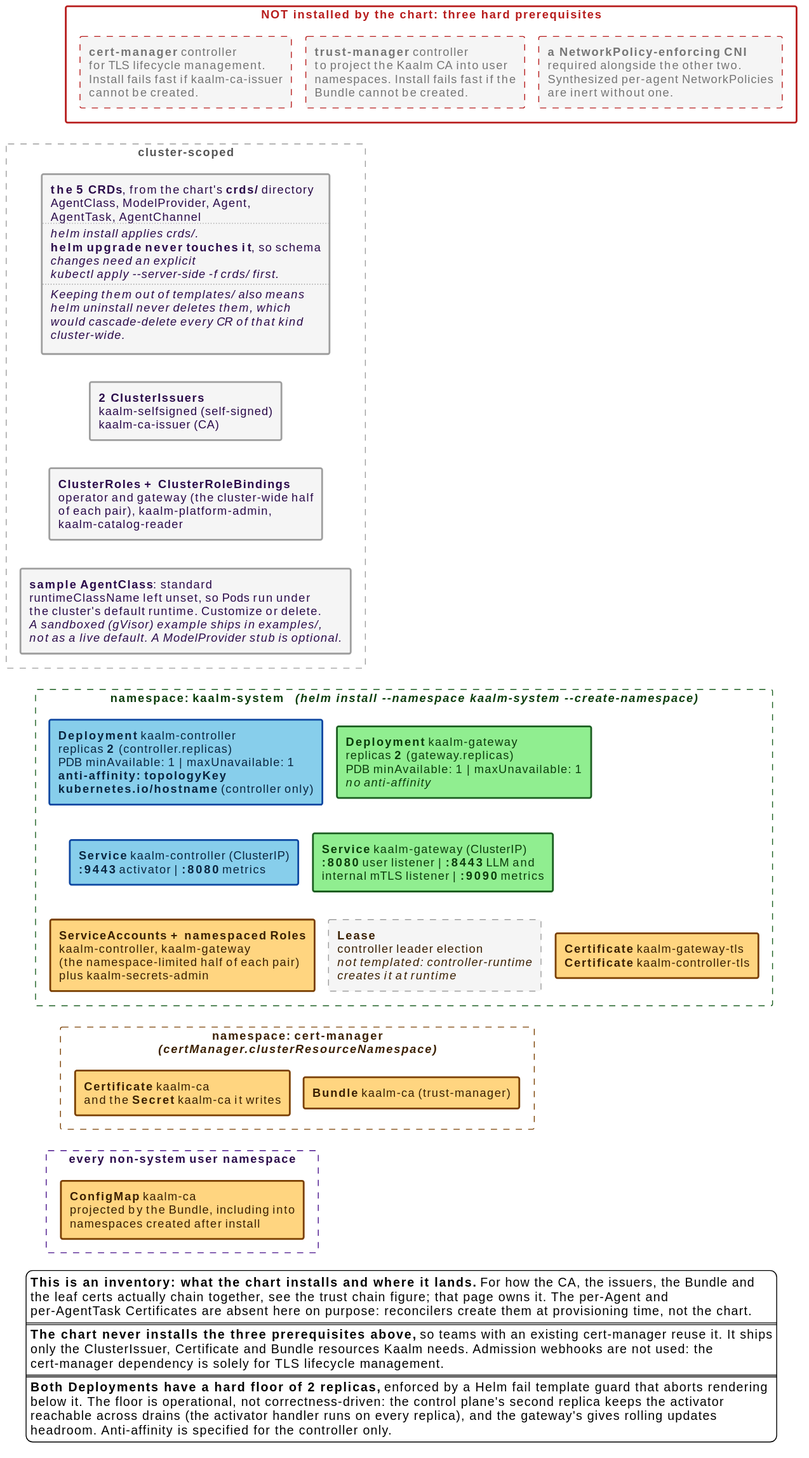
Above: docs/src/diagrams/helm-install-inventory.svg in win07xp/kaalm (PlantUML), before the change.
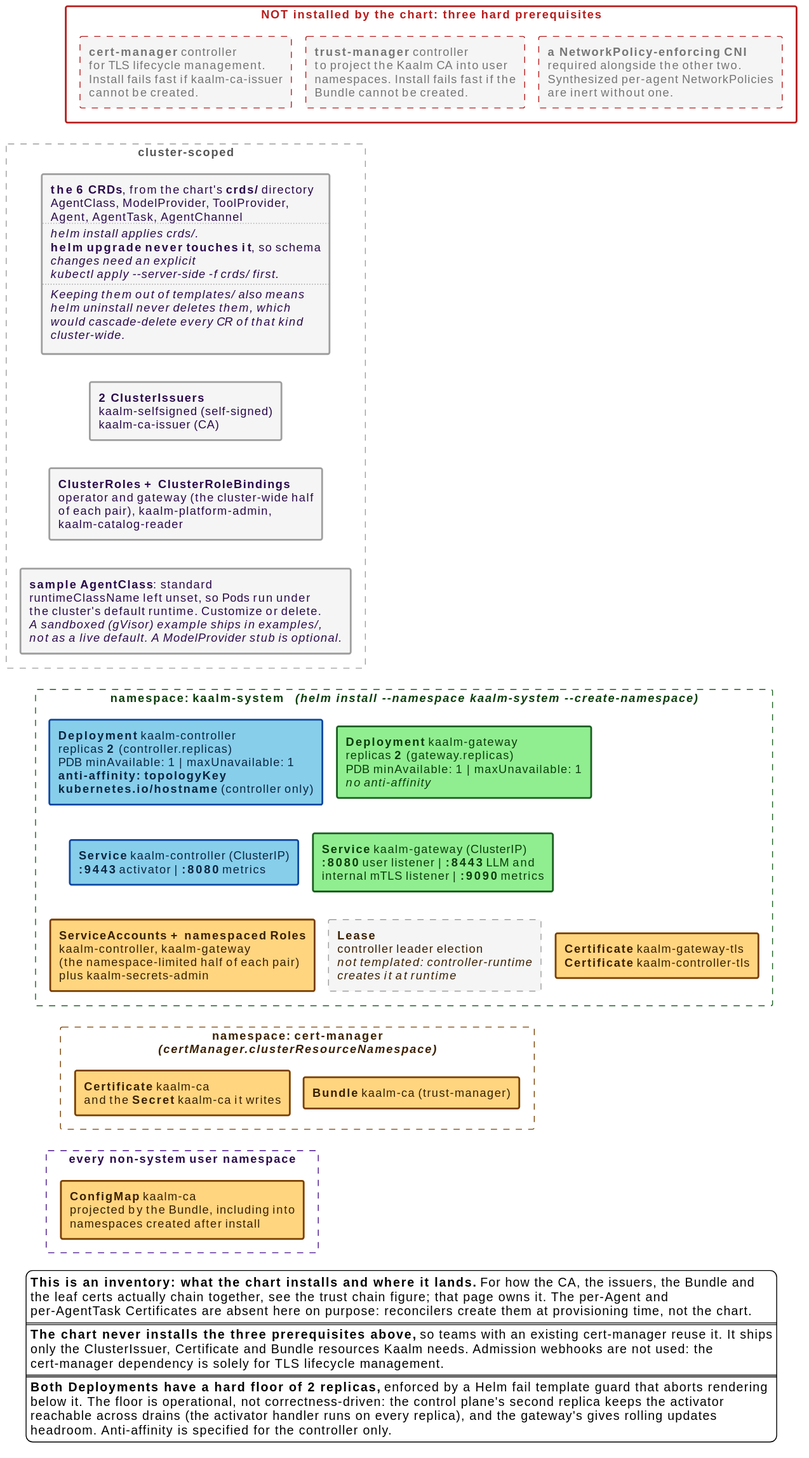
After the commit.

The edit, as a diff of the source:
```diff
@@ -15,7 +15,7 @@
 }
 
 rectangle "**cluster-scoped**" as band #line:9E9E9E;line.dashed;text:555555 {
-  rectangle "**the 5 CRDs**, from the chart's **crds/** directory\nAgentClass, ModelProvider, Agent,\nAgentTask, AgentChannel\n....\n//helm install applies crds/.//\n**helm upgrade never touches it**, so schema\n//changes need an explicit//\n//kubectl apply ~--server-side -f crds/ first.//\n....\n//Keeping them out of templates/ also means//\n//helm uninstall never deletes them, which//\n//would cascade-delete every CR of that kind//\n//cluster-wide.//" as crds #back:F5F5F5;line:9E9E9E;line.bold;text:2a0a4a
+  rectangle "**the 6 CRDs**, from the chart's **crds/** directory\nAgentClass, ModelProvider, ToolProvider,\nAgent, AgentTask, AgentChannel\n....\n//helm install applies crds/.//\n**helm upgrade never touches it**, so schema\n//changes need an explicit//\n//kubectl apply ~--server-side -f crds/ first.//\n....\n//Keeping them out of templates/ also means//\n//helm uninstall never deletes them, which//\n//would cascade-delete every CR of that kind//\n//cluster-wide.//" as crds #back:F5F5F5;line:9E9E9E;line.bold;text:2a0a4a
 
   rectangle "**2 ClusterIssuers**\nkaalm-selfsigned (self-signed)\nkaalm-ca-issuer (CA)" as issuers #back:F5F5F5;line:9E9E9E;line.bold;text:2a0a4a
 
```
